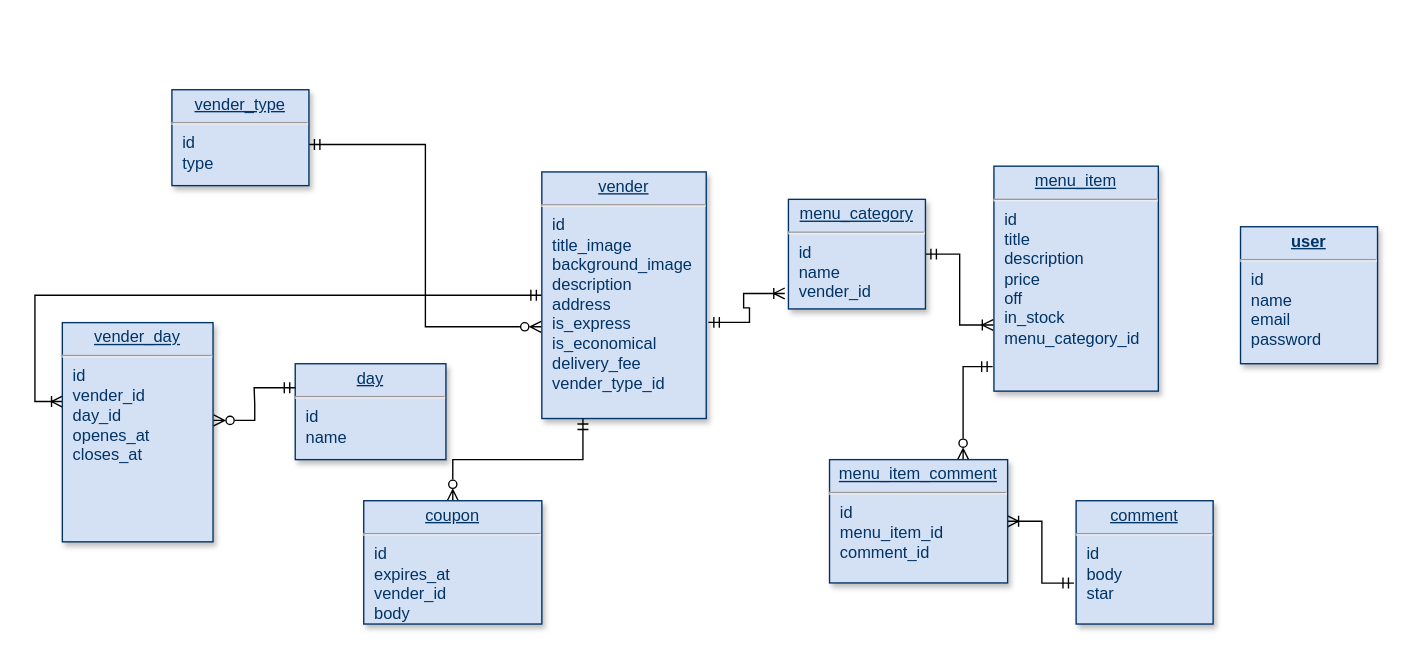
amirKouchaki/snappfood-clone keeps this draw.io diagram as db_design.drawio. Above is the earlier version. Source tidied: cells renumbered, new cells numbered last; positions are measured from the earlier drawing's top-left corner, leaving out a move shared by most shapes. Both pictures are drawn from the tidied source at 137%, with x=0, y=0 at pixel (62, 34).
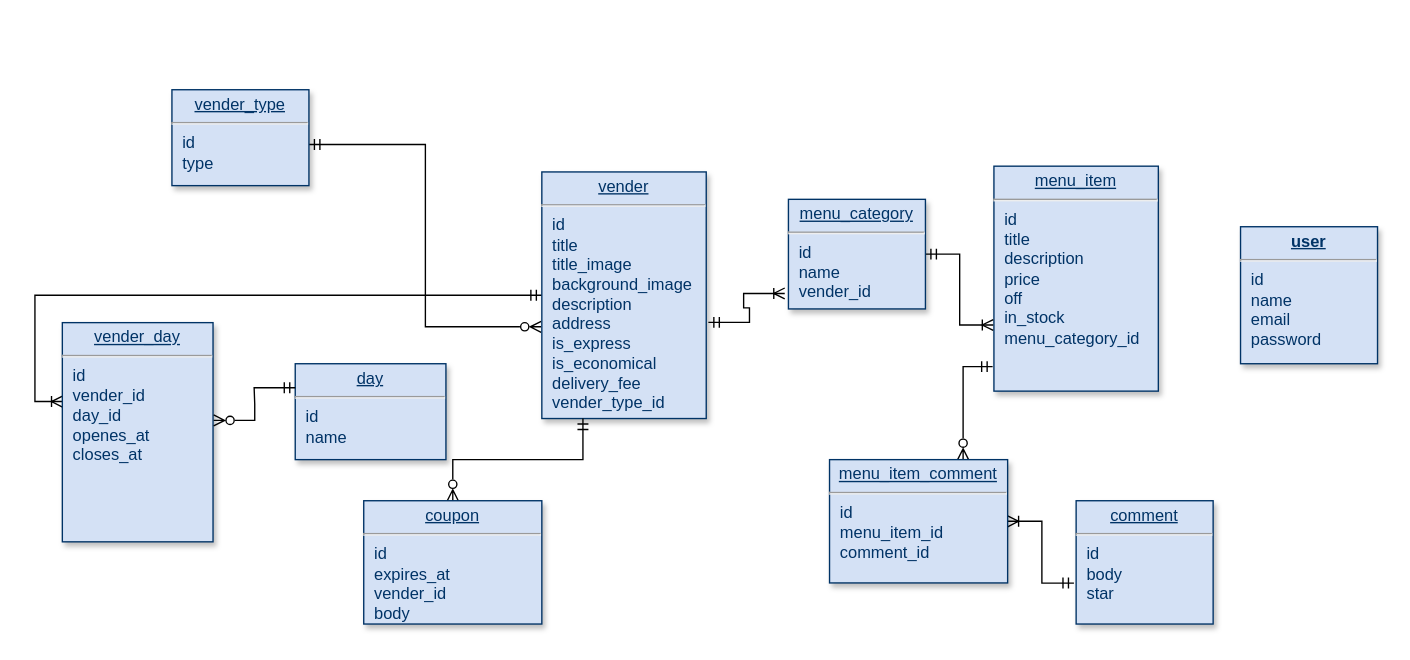
Above is the later version.

Commit message (it also covers changes not shown here):
fixed vender migration and added coupon seeder and factory

Diff of the diagram source:
```diff
@@
-    <mxCell id="4" value="&lt;p style=&quot;margin: 0px; margin-top: 4px; text-align: center; text-decoration: underline;&quot;&gt;vender&lt;/p&gt;&lt;hr&gt;&lt;p style=&quot;margin: 0px; margin-left: 8px;&quot;&gt;id&lt;br&gt;&lt;/p&gt;&lt;p style=&quot;margin: 0px; margin-left: 8px;&quot;&gt;title_image&lt;/p&gt;&lt;p style=&quot;margin: 0px; margin-left: 8px;&quot;&gt;background_image&lt;/p&gt;&lt;p style=&quot;margin: 0px; margin-left: 8px;&quot;&gt;description&lt;/p&gt;&lt;p style=&quot;margin: 0px; margin-left: 8px;&quot;&gt;address&lt;/p&gt;&lt;p style=&quot;margin: 0px; margin-left: 8px;&quot;&gt;&lt;span style=&quot;background-color: initial;&quot;&gt;is_express&lt;/span&gt;&lt;br&gt;&lt;/p&gt;&lt;p style=&quot;margin: 0px; margin-left: 8px;&quot;&gt;&lt;span style=&quot;background-color: initial;&quot;&gt;is_economical&lt;/span&gt;&lt;/p&gt;&lt;p style=&quot;margin: 0px; margin-left: 8px;&quot;&gt;delivery_fee&lt;/p&gt;&lt;p style=&quot;margin: 0px 0px 0px 8px;&quot;&gt;vender_type_id&lt;/p&gt;&lt;p style=&quot;margin: 0px 0px 0px 8px;&quot;&gt;&lt;br&gt;&lt;/p&gt;&lt;div&gt;&lt;br&gt;&lt;/div&gt;" style="verticalAlign=top;align=left;overflow=fill;fontSize=12;fontFamily=Helvetica;html=1;strokeColor=#003366;shadow=1;fillColor=#D4E1F5;fontColor=#003366;" parent="1" vertex="1">
+    <mxCell id="4" value="&lt;p style=&quot;margin: 0px; margin-top: 4px; text-align: center; text-decoration: underline;&quot;&gt;vender&lt;/p&gt;&lt;hr&gt;&lt;p style=&quot;margin: 0px; margin-left: 8px;&quot;&gt;id&lt;br&gt;&lt;/p&gt;&lt;p style=&quot;margin: 0px; margin-left: 8px;&quot;&gt;title&lt;/p&gt;&lt;p style=&quot;margin: 0px; margin-left: 8px;&quot;&gt;title_image&lt;/p&gt;&lt;p style=&quot;margin: 0px; margin-left: 8px;&quot;&gt;background_image&lt;/p&gt;&lt;p style=&quot;margin: 0px; margin-left: 8px;&quot;&gt;description&lt;/p&gt;&lt;p style=&quot;margin: 0px; margin-left: 8px;&quot;&gt;address&lt;/p&gt;&lt;p style=&quot;margin: 0px; margin-left: 8px;&quot;&gt;&lt;span style=&quot;background-color: initial;&quot;&gt;is_express&lt;/span&gt;&lt;br&gt;&lt;/p&gt;&lt;p style=&quot;margin: 0px; margin-left: 8px;&quot;&gt;&lt;span style=&quot;background-color: initial;&quot;&gt;is_economical&lt;/span&gt;&lt;/p&gt;&lt;p style=&quot;margin: 0px; margin-left: 8px;&quot;&gt;delivery_fee&lt;/p&gt;&lt;p style=&quot;margin: 0px 0px 0px 8px;&quot;&gt;vender_type_id&lt;/p&gt;&lt;p style=&quot;margin: 0px 0px 0px 8px;&quot;&gt;&lt;br&gt;&lt;/p&gt;&lt;div&gt;&lt;br&gt;&lt;/div&gt;" style="verticalAlign=top;align=left;overflow=fill;fontSize=12;fontFamily=Helvetica;html=1;strokeColor=#003366;shadow=1;fillColor=#D4E1F5;fontColor=#003366;" parent="1" vertex="1">
       <mxGeometry x="350" y="100" width="120" height="180" as="geometry" />
     </mxCell>
```
